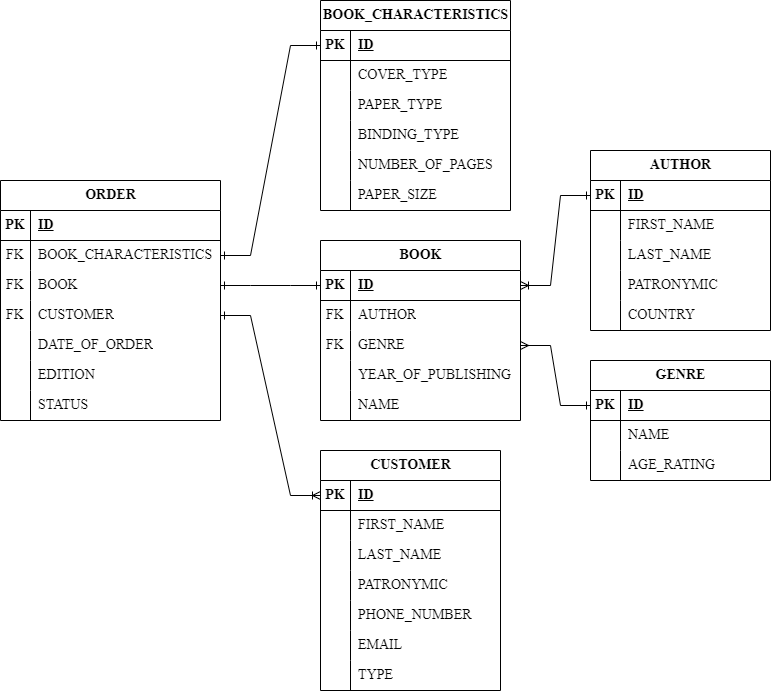
Before: Lab01/Lab01ER.png, a diagram exported from draw.io (alafyte/PRBDIP-6-term). Source tidied: cells renumbered, new cells last; positions are measured from the earlier drawing's top-left corner, leaving out a move shared by most shapes.
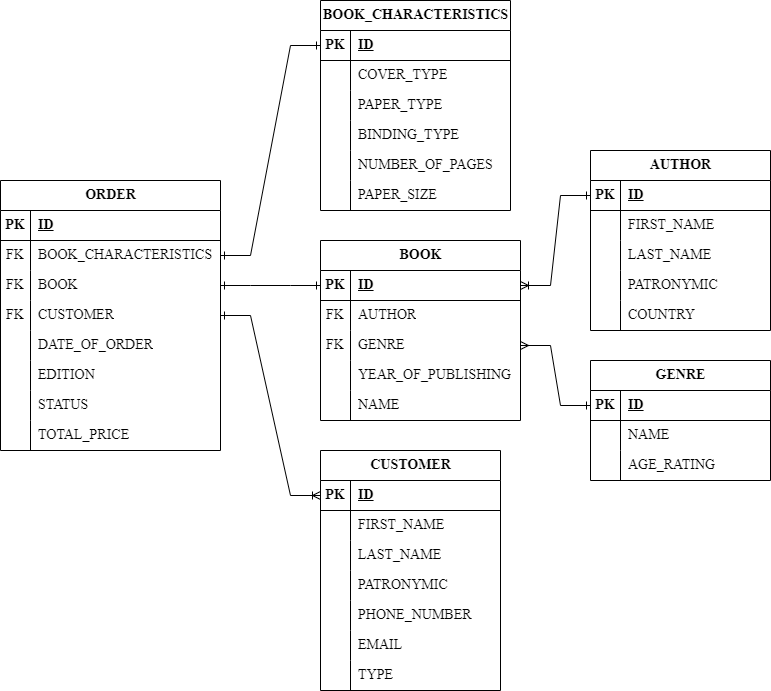
Above is the later version.

The edit, as a diff of the source:
```diff
@@ -186,7 +186,7 @@
       <mxGeometry x="30" width="160" height="30" as="geometry" />
     </mxCell>
     <mxCell id="63" value="ORDER" style="shape=table;startSize=30;rowLines=0;fontStyle=1;align=center;html=1;fontFamily=Times New Roman;fontSize=14;" parent="1" vertex="1">
-      <mxGeometry y="180" width="220" height="240" as="geometry" />
+      <mxGeometry y="180" width="220" height="270" as="geometry" />
     </mxCell>
     <mxCell id="64" style="shape=tableRow;horizontal=0;startSize=0;swimlaneHead=0;swimlaneBody=0;fillColor=none;top=0;left=0;right=0;bottom=1;fontFamily=Times New Roman;fontSize=14;" parent="63" vertex="1">
       <mxGeometry y="30" width="220" height="30" as="geometry" />
@@ -251,6 +251,15 @@
     <mxCell id="84" value="STATUS" style="shape=partialRectangle;fillColor=none;top=0;left=0;bottom=0;right=0;align=left;spacingLeft=6;overflow=hidden;whiteSpace=wrap;html=1;fontFamily=Times New Roman;fontSize=14;" parent="82" vertex="1">
       <mxGeometry x="30" width="190" height="30" as="geometry" />
     </mxCell>
+    <mxCell id="112" style="shape=tableRow;horizontal=0;startSize=0;swimlaneHead=0;swimlaneBody=0;fillColor=none;top=0;left=0;right=0;bottom=0;fontFamily=Times New Roman;fontSize=14;" parent="63" vertex="1">
+      <mxGeometry y="240" width="220" height="30" as="geometry" />
+    </mxCell>
+    <mxCell id="113" style="shape=partialRectangle;fillColor=none;top=0;left=0;bottom=0;right=0;overflow=hidden;whiteSpace=wrap;html=1;fontFamily=Times New Roman;fontSize=14;" parent="112" vertex="1">
+      <mxGeometry width="30" height="30" as="geometry" />
+    </mxCell>
+    <mxCell id="114" value="TOTAL_PRICE" style="shape=partialRectangle;fillColor=none;top=0;left=0;bottom=0;right=0;align=left;spacingLeft=6;overflow=hidden;whiteSpace=wrap;html=1;fontFamily=Times New Roman;fontSize=14;" parent="112" vertex="1">
+      <mxGeometry x="30" width="190" height="30" as="geometry" />
+    </mxCell>
     <mxCell id="85" value="CUSTOMER" style="shape=table;startSize=30;rowLines=0;fontStyle=1;align=center;html=1;fontFamily=Times New Roman;fontSize=14;" parent="1" vertex="1">
       <mxGeometry x="320" y="450" width="180" height="240" as="geometry" />
     </mxCell>
```
